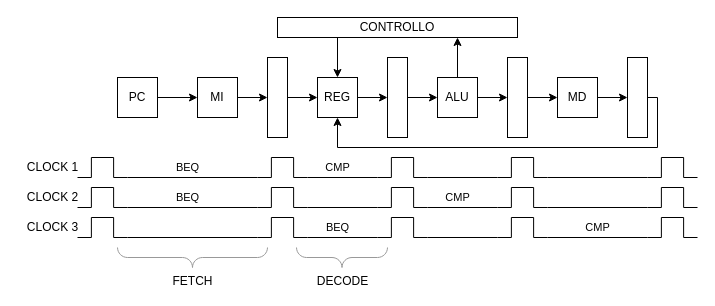
Earlier version of the draw.io diagram architettura_elaboratori/circuiti/stallo.drawio (FedericoBustaffa/latex). Source tidied: cells renumbered, new cells numbered last; positions are measured from the earlier drawing's top-left corner, leaving out a move shared by most shapes. Both pictures are drawn from the tidied source at 100%, with x=0, y=0 at pixel (17, 17).
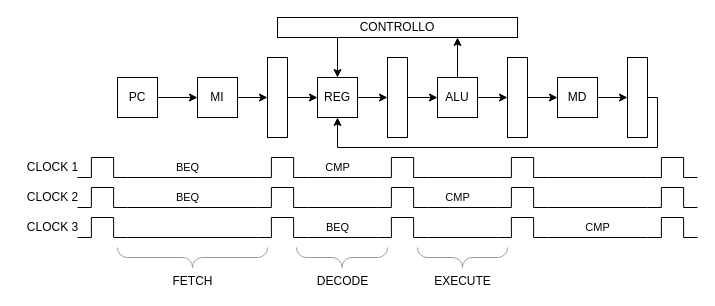
After the change.

The edit, as a diff of the source:
```diff
@@
+    <mxCell id="55" value="EXECUTE" style="verticalLabelPosition=bottom;shadow=0;dashed=0;align=center;html=1;verticalAlign=top;strokeWidth=1;shape=mxgraph.mockup.markup.curlyBrace;strokeColor=#999999;direction=west;" parent="1" vertex="1">
+      <mxGeometry x="400" y="230" width="90" height="20" as="geometry" />
+    </mxCell>
```
